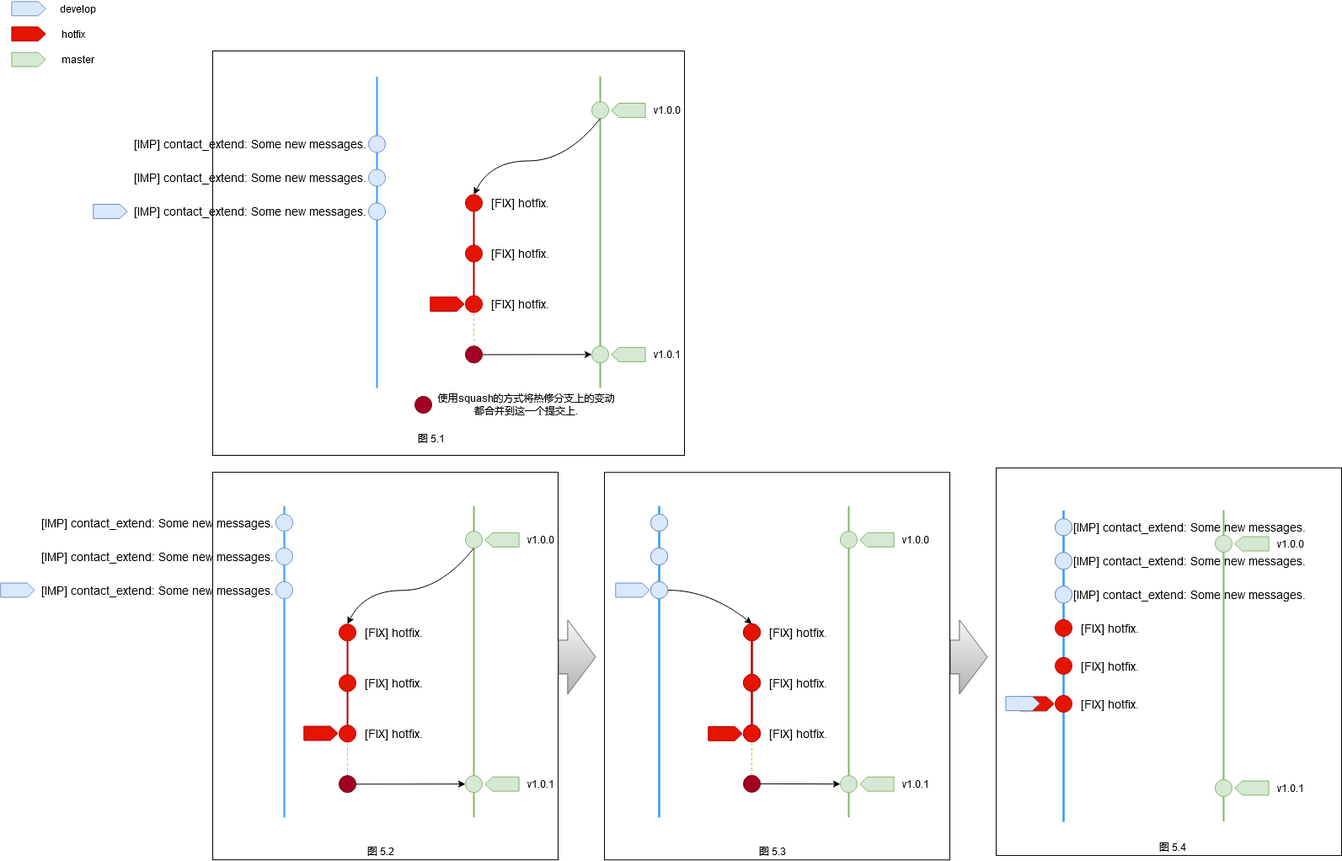
The draw.io diagram gitBranchModel/createHotfixlBranch.png in alreadytakenn/images, before a commit. Source tidied: cells renumbered, new cells last; positions are measured from the earlier drawing's top-left corner, leaving out a move shared by most shapes.
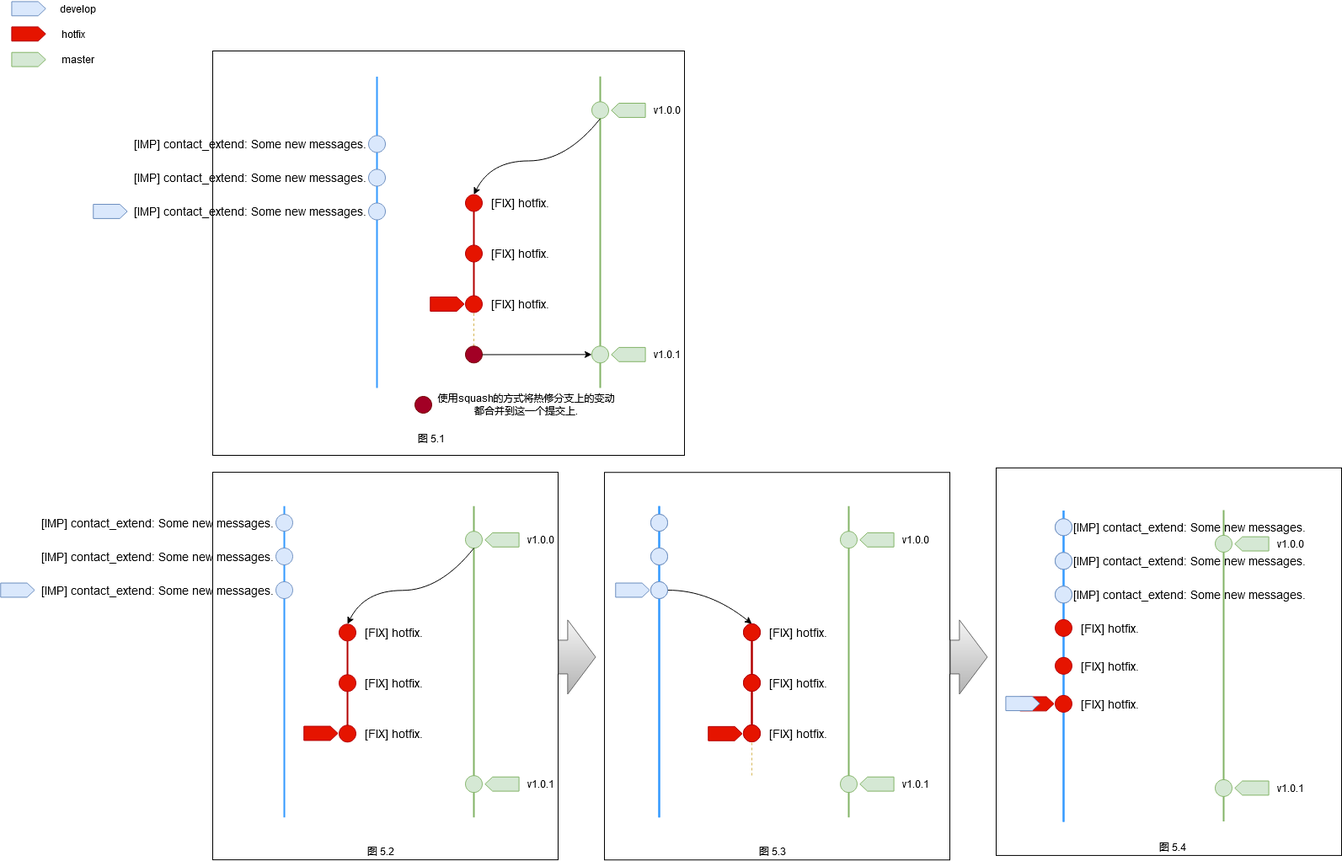
After the change.

What changed in the source:
```diff
@@ -2,6 +2,12 @@
   <root>
     <mxCell id="0" style="html=1;" />
     <mxCell id="1" style="html=1;" parent="0" />
+    <mxCell id="129" style="rounded=0;whiteSpace=wrap;html=1;gradientColor=none;fillColor=none;" parent="1" vertex="1">
+      <mxGeometry x="705" y="570.2" width="410" height="460" as="geometry" />
+    </mxCell>
+    <mxCell id="130" style="rounded=0;whiteSpace=wrap;html=1;gradientColor=none;fillColor=none;" parent="1" vertex="1">
+      <mxGeometry x="240" y="570.1" width="410" height="460" as="geometry" />
+    </mxCell>
     <mxCell id="2" style="line;strokeWidth=2;direction=south;html=1;strokeColor=#3399FF;" parent="1" vertex="1">
       <mxGeometry x="430" y="100.5" width="10" height="369.5" as="geometry" />
     </mxCell>
@@ -167,20 +173,6 @@
     <mxCell id="51" style="ellipse;whiteSpace=wrap;html=1;fillColor=#dae8fc;strokeColor=#6c8ebf;" parent="1" vertex="1">
       <mxGeometry x="315" y="620" width="20" height="20" as="geometry" />
     </mxCell>
-    <mxCell id="52" style="endArrow=none;html=1;fillColor=#fff2cc;strokeColor=#d6b656;dashed=1;" parent="1" edge="1">
-      <mxGeometry relative="1" as="geometry">
-        <mxPoint x="400" y="930.3" as="sourcePoint" />
-        <mxPoint x="400" y="890.3" as="targetPoint" />
-      </mxGeometry>
-    </mxCell>
-    <mxCell id="53" style="ellipse;whiteSpace=wrap;html=1;strokeColor=#6F0000;fillColor=#a20025;fontColor=#ffffff;" parent="1" vertex="1">
-      <mxGeometry x="390" y="930.2" width="20" height="20" as="geometry" />
-    </mxCell>
-    <mxCell id="54" style="endArrow=classic;html=1;entryX=0;entryY=0.5;entryDx=0;entryDy=0;" parent="1" edge="1" target="55">
-      <mxGeometry relative="1" as="geometry">
-        <mxPoint x="410" y="940.3" as="sourcePoint" />
-      </mxGeometry>
-    </mxCell>
     <mxCell id="55" style="ellipse;whiteSpace=wrap;html=1;strokeColor=#82b366;fillColor=#d5e8d4;" parent="1" vertex="1">
       <mxGeometry x="540" y="930.2" width="20" height="20" as="geometry" />
     </mxCell>
@@ -247,12 +239,6 @@
         <mxPoint x="880" y="890" as="targetPoint" />
       </mxGeometry>
     </mxCell>
-    <mxCell id="76" style="ellipse;whiteSpace=wrap;html=1;strokeColor=#6F0000;fillColor=#a20025;fontColor=#ffffff;" parent="1" vertex="1">
-      <mxGeometry x="870" y="929.9" width="20" height="20" as="geometry" />
-    </mxCell>
-    <mxCell id="77" style="endArrow=classic;html=1;entryX=0;entryY=0.5;entryDx=0;entryDy=0;exitX=1;exitY=0.5;exitDx=0;exitDy=0;" parent="1" edge="1" source="76" target="78">
-      <mxGeometry relative="1" as="geometry" />
-    </mxCell>
     <mxCell id="78" style="ellipse;whiteSpace=wrap;html=1;strokeColor=#82b366;fillColor=#d5e8d4;" parent="1" vertex="1">
       <mxGeometry x="985" y="930.2" width="20" height="20" as="geometry" />
     </mxCell>
@@ -309,12 +295,6 @@
     <mxCell id="93" style="ellipse;whiteSpace=wrap;html=1;fillColor=#dae8fc;strokeColor=#6c8ebf;" parent="1" vertex="1">
       <mxGeometry x="760" y="620" width="20" height="20" as="geometry" />
     </mxCell>
-    <mxCell id="94" style="endArrow=none;html=1;fillColor=#fff2cc;strokeColor=#d6b656;dashed=1;" parent="1" edge="1">
-      <mxGeometry relative="1" as="geometry">
-        <mxPoint x="880" y="930" as="sourcePoint" />
-        <mxPoint x="880" y="890" as="targetPoint" />
-      </mxGeometry>
-    </mxCell>
     <mxCell id="95" value="图 5.4" style="text;html=1;strokeColor=none;fillColor=none;align=center;verticalAlign=middle;whiteSpace=wrap;rounded=0;" parent="1" vertex="1">
       <mxGeometry x="1360" y="1004.9" width="40" height="20" as="geometry" />
     </mxCell>
@@ -417,12 +397,6 @@
     <mxCell id="128" style="rounded=0;whiteSpace=wrap;html=1;gradientColor=none;fillColor=none;" parent="1" vertex="1">
       <mxGeometry x="1170" y="564.9" width="410" height="460" as="geometry" />
     </mxCell>
-    <mxCell id="129" style="rounded=0;whiteSpace=wrap;html=1;gradientColor=none;fillColor=none;" parent="1" vertex="1">
-      <mxGeometry x="705" y="570.2" width="410" height="460" as="geometry" />
-    </mxCell>
-    <mxCell id="130" style="rounded=0;whiteSpace=wrap;html=1;gradientColor=none;fillColor=none;" parent="1" vertex="1">
-      <mxGeometry x="240" y="570.1" width="410" height="460" as="geometry" />
-    </mxCell>
     <mxCell id="131" style="shape=flexArrow;endArrow=classic;html=1;endWidth=47.05882352941177;endSize=10.705882352941176;width=40;gradientColor=#b3b3b3;fillColor=#f5f5f5;strokeColor=#666666;" parent="1" edge="1">
       <mxGeometry relative="1" as="geometry">
         <mxPoint x="650" y="789.4" as="sourcePoint" />
```
